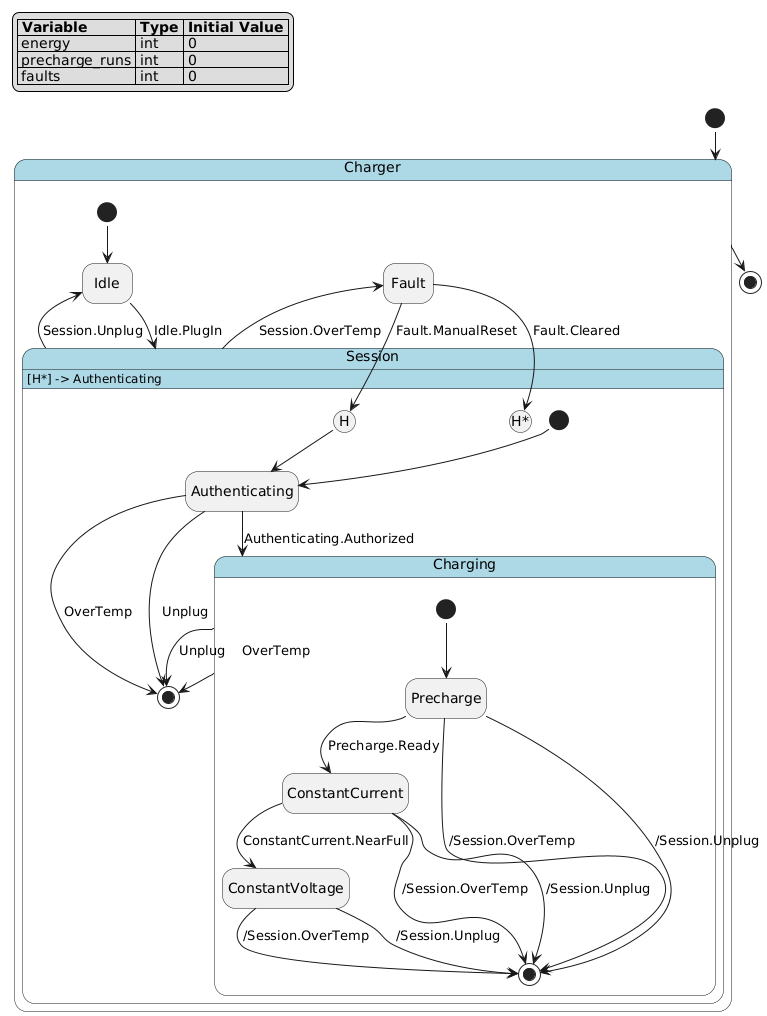
Before: docs/source/tutorials/history/charger.fcstm.puml.png, a diagram exported from PlantUML (HansBug/pyfcstm).
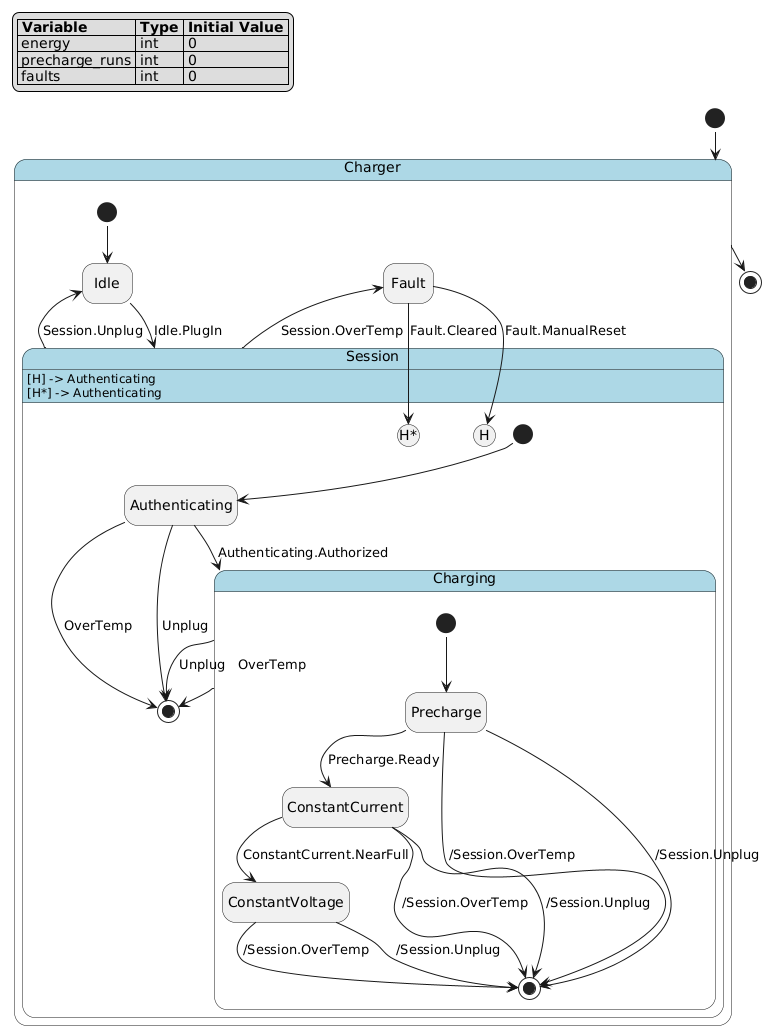
Later version of the same file.

What changed in the source:
```diff
@@ -40,8 +40,8 @@
         charger__session__charging --> [*] : Unplug
         [*] --> charger__session__authenticating
         charger__session__authenticating --> charger__session__charging : Authenticating.Authorized
-        [H] --> charger__session__authenticating
     }
+    charger__session : [H] -> Authenticating
     charger__session : [H*] -> Authenticating
     state "Fault" as charger__fault
     charger__session --> charger__fault : Session.OverTemp
```
